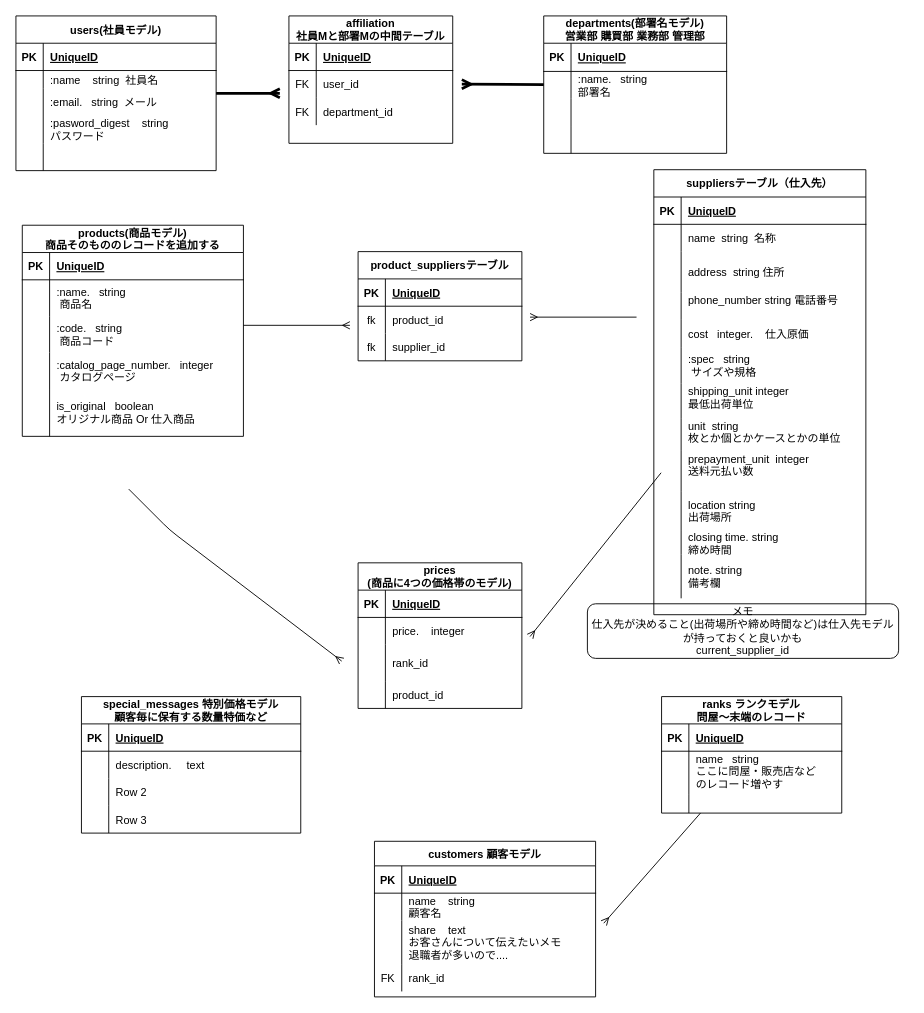
Earlier version of the draw.io diagram ER.dio (Masakazu-Harada/Portforio_PriceList). Source tidied: cells renumbered, new cells numbered last; positions are measured from the earlier drawing's top-left corner, leaving out a move shared by most shapes. Both pictures are drawn from the tidied source at 91%, with x=0, y=0 at pixel (15, 15).
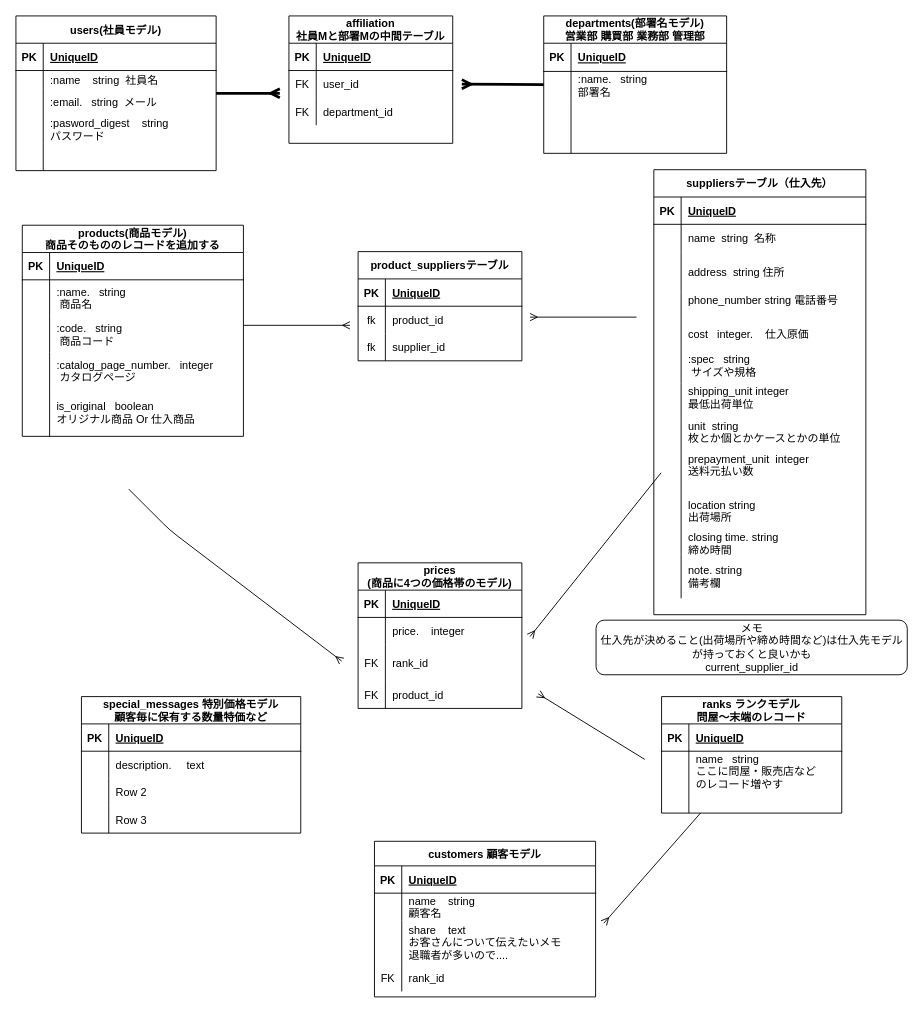
After the change.

Unchanged cells that the change refers to:
```xml
<mxCell id="147" style="shape=tableRow;horizontal=0;startSize=0;swimlaneHead=0;swimlaneBody=0;fillColor=none;top=0;left=0;right=0;bottom=0;" parent="140" vertex="1">
  <mxGeometry y="90" width="180" height="40" as="geometry" />
</mxCell>
<mxCell id="150" style="shape=tableRow;horizontal=0;startSize=0;swimlaneHead=0;swimlaneBody=0;fillColor=none;top=0;left=0;right=0;bottom=0;" parent="140" vertex="1">
  <mxGeometry y="130" width="180" height="30" as="geometry" />
</mxCell>
```

The edit, as a diff of the source:
```diff
@@
     <mxCell id="101" value="メモ&lt;br&gt;仕入先が決めること(出荷場所や締め時間など)は仕入先モデルが持っておくと良いかも&lt;br&gt;current_supplier_id" style="rounded=1;whiteSpace=wrap;html=1;" parent="1" vertex="1">
-      <mxGeometry x="628" y="646" width="342" height="60" as="geometry" />
+      <mxGeometry x="637.5" y="664" width="342" height="60" as="geometry" />
     </mxCell>
@@
-    <mxCell id="148" style="shape=partialRectangle;fillColor=none;top=0;left=0;bottom=0;right=0;overflow=hidden;" parent="147" vertex="1">
+    <mxCell id="148" value="FK" style="shape=partialRectangle;fillColor=none;top=0;left=0;bottom=0;right=0;overflow=hidden;" parent="147" vertex="1">
       <mxGeometry width="30" height="40" as="geometry" />
     </mxCell>
@@
-    <mxCell id="151" style="shape=partialRectangle;fillColor=none;top=0;left=0;bottom=0;right=0;overflow=hidden;" parent="150" vertex="1">
+    <mxCell id="151" value="FK" style="shape=partialRectangle;fillColor=none;top=0;left=0;bottom=0;right=0;overflow=hidden;" parent="150" vertex="1">
       <mxGeometry width="30" height="30" as="geometry" />
     </mxCell>
@@
+    <mxCell id="163" style="edgeStyle=none;html=1;endArrow=ERmany;endFill=0;" parent="1" edge="1">
+      <mxGeometry relative="1" as="geometry">
+        <mxPoint x="691" y="817" as="sourcePoint" />
+        <mxPoint x="574" y="745" as="targetPoint" />
+      </mxGeometry>
+    </mxCell>
```
